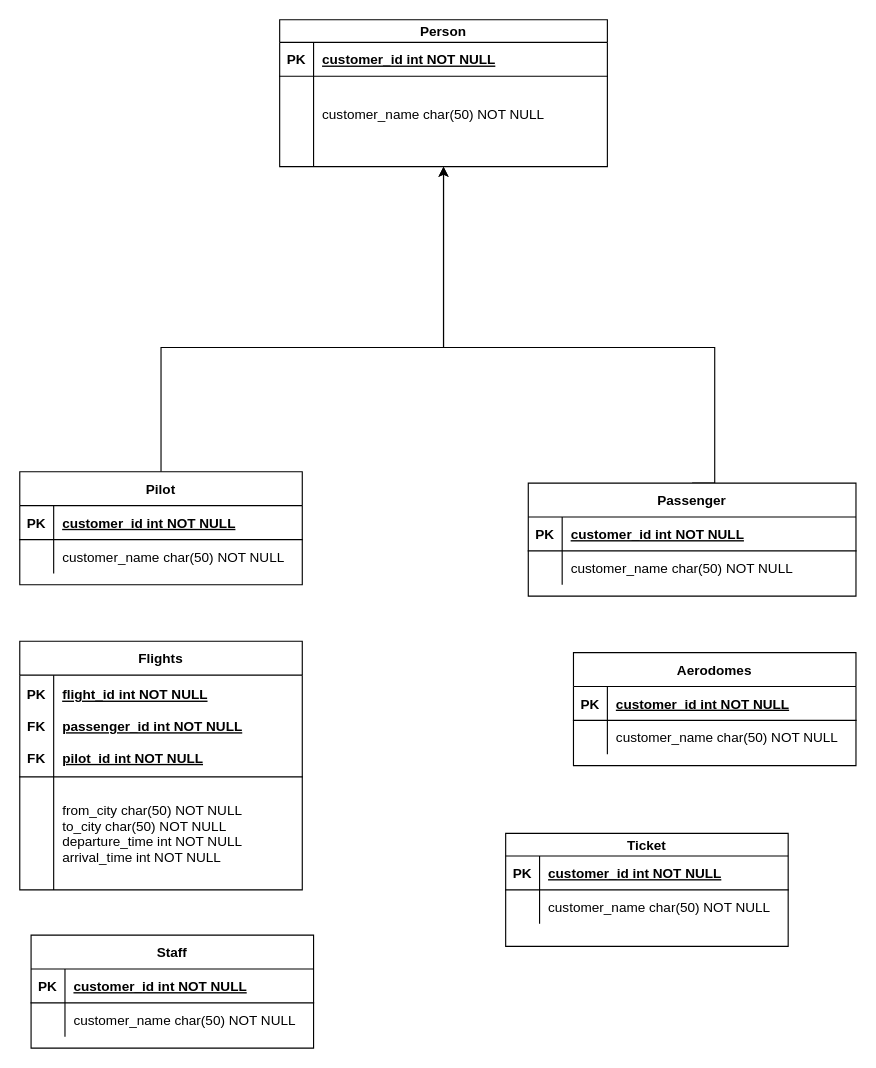
Before: Database.drawio in adarsh-kishore786/IT252-Project, a draw.io diagram. Source tidied: cells renumbered, new cells numbered last; positions are measured from the earlier drawing's top-left corner, leaving out a move shared by most shapes. Both pictures are drawn from the tidied source at 113%, with x=0, y=0 at pixel (19, 19).
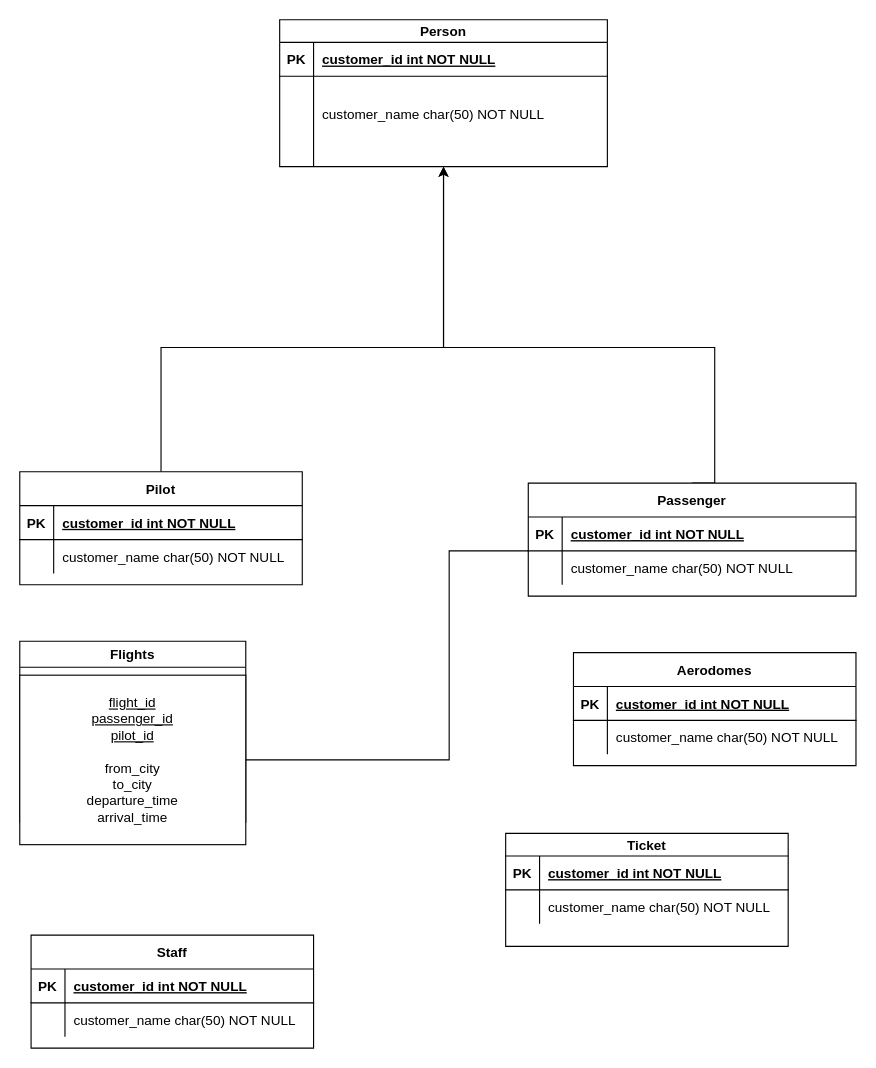
The same page after the edit.

The edit, as a diff of the source:
```diff
@@
-    <mxCell id="32" value="Flights" style="shape=table;startSize=30;childLayout=tableLayout;rowLines=0;fontStyle=1;align=center;" parent="1" vertex="1">
-      <mxGeometry y="550" width="250" height="220" as="geometry" />
-    </mxCell>
-    <mxCell id="33" style="shape=partialRectangle;fillColor=none;top=0;left=0;right=0;bottom=1;" parent="32" vertex="1">
-      <mxGeometry y="30" width="250" height="90" as="geometry" />
-    </mxCell>
-    <mxCell id="34" value="PK&#10;&#10;FK&#10;&#10;FK" style="shape=partialRectangle;overflow=hidden;fillColor=none;top=0;left=0;bottom=0;right=0;fontStyle=1;" parent="33" vertex="1">
-      <mxGeometry width="30" height="90" as="geometry" />
-    </mxCell>
-    <mxCell id="35" value="flight_id int NOT NULL &#10;&#10;passenger_id int NOT NULL&#10;&#10;pilot_id int NOT NULL" style="shape=partialRectangle;overflow=hidden;fillColor=none;top=0;left=0;bottom=0;right=0;align=left;spacingLeft=6;fontStyle=5;" parent="33" vertex="1">
-      <mxGeometry x="30" width="220" height="90" as="geometry" />
-    </mxCell>
-    <mxCell id="36" style="shape=partialRectangle;fillColor=none;top=0;left=0;right=0;bottom=0;" parent="32" vertex="1">
-      <mxGeometry y="120" width="250" height="100" as="geometry" />
-    </mxCell>
-    <mxCell id="37" style="shape=partialRectangle;overflow=hidden;fillColor=none;top=0;left=0;bottom=0;right=0;" parent="36" vertex="1">
-      <mxGeometry width="30" height="100" as="geometry" />
-    </mxCell>
-    <mxCell id="38" value="from_city char(50) NOT NULL&#10;to_city char(50) NOT NULL&#10;departure_time int NOT NULL&#10;arrival_time int NOT NULL" style="shape=partialRectangle;overflow=hidden;fillColor=none;top=0;left=0;bottom=0;right=0;align=left;spacingLeft=6;" parent="36" vertex="1">
-      <mxGeometry x="30" width="220" height="100" as="geometry" />
-    </mxCell>
@@
+    <mxCell id="32" value="Flights" style="swimlane;" parent="1" vertex="1">
+      <mxGeometry y="550" width="200" height="160" as="geometry" />
+    </mxCell>
+    <mxCell id="53" value="&lt;u&gt;flight_id&lt;/u&gt;&lt;br&gt;&lt;u&gt;passenger_id&lt;/u&gt;&lt;br&gt;&lt;u&gt;pilot_id&lt;/u&gt;&lt;br&gt;&lt;br&gt;from_city&lt;br&gt;to_city&lt;br&gt;departure_time&lt;br&gt;arrival_time" style="whiteSpace=wrap;html=1;" parent="32" vertex="1">
+      <mxGeometry y="30" width="200" height="150" as="geometry" />
+    </mxCell>
+    <mxCell id="54" style="endArrow=none;html=1;rounded=0;exitX=1;exitY=0.5;exitDx=0;exitDy=0;" parent="1" edge="1" source="53">
+      <mxGeometry relative="1" as="geometry">
+        <mxPoint x="450" y="470" as="targetPoint" />
+        <Array as="points">
+          <mxPoint x="380" y="655" />
+          <mxPoint x="380" y="470" />
+        </Array>
+      </mxGeometry>
+    </mxCell>
```
